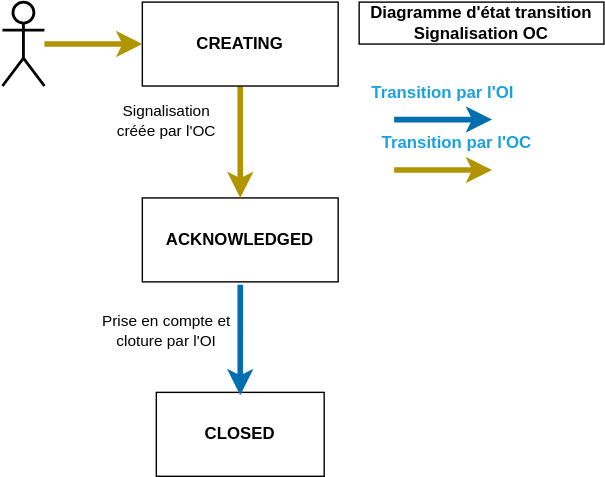
Above: statusOcOi.drawio.svg in before-interop/malfacon (draw.io), before the change. Source tidied: cells renumbered, new cells last; positions are measured from the earlier drawing's top-left corner, leaving out a move shared by most shapes.
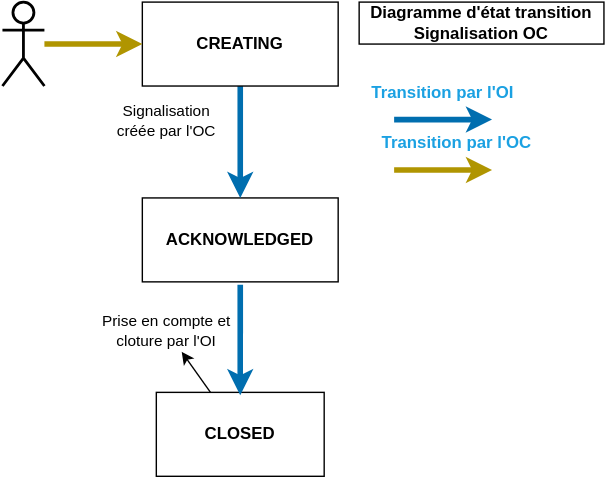
After the change.

Diff of the diagram source:
```diff
@@ -5,6 +5,9 @@
     <mxCell id="2" value="&lt;b&gt;ACKNOWLEDGED&lt;/b&gt;" style="rounded=0;whiteSpace=wrap;html=1;" parent="1" vertex="1">
       <mxGeometry x="100" y="140" width="140" height="60" as="geometry" />
     </mxCell>
+    <mxCell id="16" style="edgeStyle=none;html=1;" parent="1" edge="1" source="3" target="13">
+      <mxGeometry relative="1" as="geometry" />
+    </mxCell>
     <mxCell id="3" value="&lt;b&gt;CLOSED&lt;/b&gt;" style="rounded=0;whiteSpace=wrap;html=1;" parent="1" vertex="1">
       <mxGeometry x="110" y="279" width="120" height="60" as="geometry" />
     </mxCell>
@@ -38,7 +41,7 @@
         </Array>
       </mxGeometry>
     </mxCell>
-    <mxCell id="11" style="edgeStyle=none;html=1;strokeWidth=4;fontColor=#1BA1E2;fillColor=#e3c800;strokeColor=#B09500;entryX=0.5;entryY=0;entryDx=0;entryDy=0;exitX=0.5;exitY=1;exitDx=0;exitDy=0;" parent="1" edge="1" source="14" target="2">
+    <mxCell id="11" style="edgeStyle=none;html=1;strokeWidth=4;fontColor=#1BA1E2;fillColor=#e3c800;strokeColor=#006EAF;entryX=0.5;entryY=0;entryDx=0;entryDy=0;exitX=0.5;exitY=1;exitDx=0;exitDy=0;" parent="1" edge="1" source="14" target="2">
       <mxGeometry relative="1" as="geometry" />
     </mxCell>
     <mxCell id="12" style="endArrow=classic;html=1;strokeWidth=4;fillColor=#1ba1e2;strokeColor=#006EAF;entryX=0.607;entryY=-0.017;entryDx=0;entryDy=0;entryPerimeter=0;" parent="1" edge="1">
```
